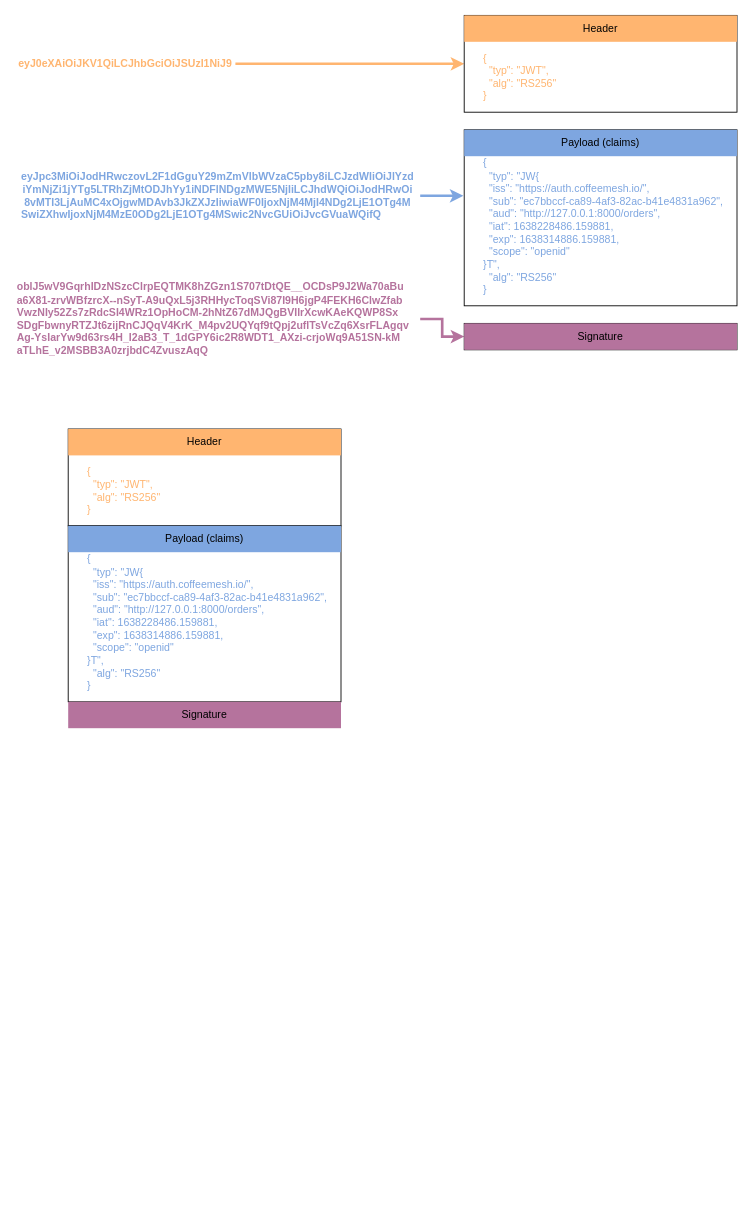
Before: page "11.7" (7 of 12) of ch11.drawio in abunuwas/microservices-apis-img, a draw.io diagram. Source tidied: cells renumbered, new cells numbered last; positions are measured from the earlier drawing's top-left corner, leaving out a move shared by most shapes. Both pictures are drawn from the tidied source at 88%, with x=0, y=0 at pixel (15, 15).
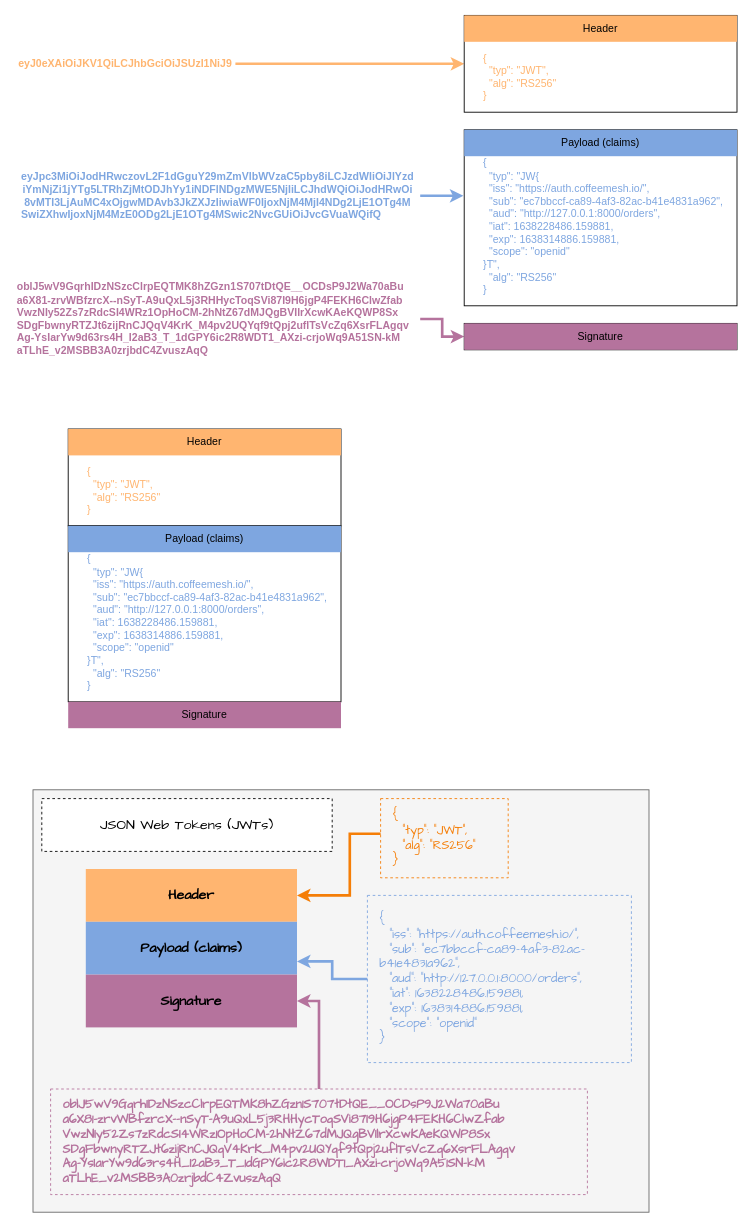
The same diagram, later.

Change to the diagram source:
```diff
@@
+    <mxCell id="23" style="rounded=0;whiteSpace=wrap;html=1;fillColor=#f5f5f5;fontColor=#333333;strokeColor=#666666;fontFamily=Comic Sans MS;" parent="1" vertex="1">
+      <mxGeometry x="20" y="880" width="700" height="480" as="geometry" />
+    </mxCell>
@@
+    <mxCell id="24" style="edgeStyle=orthogonalEdgeStyle;rounded=0;jettySize=auto;html=1;entryX=1;entryY=0.5;entryDx=0;entryDy=0;fontColor=#B5739D;strokeWidth=3;strokeColor=#B5739D;fontFamily=Comic Sans MS;fontSize=14;" parent="1" edge="1" source="25" target="31">
+      <mxGeometry relative="1" as="geometry" />
+    </mxCell>
+    <mxCell id="25" value="oblJ5wV9GqrhIDzNSzcClrpEQTMK8hZGzn1S707tDtQE__OCDsP9J2Wa70aBu&lt;br style=&quot;font-size: 14px;&quot;&gt;a6X81-zrvWBfzrcX--nSyT-A9uQxL5j3RHHycToqSVi87I9H6jgP4FEKH6ClwZfab&lt;br style=&quot;font-size: 14px;&quot;&gt;VwzNIy52Zs7zRdcSI4WRz1OpHoCM-2hNtZ67dMJQgBVIlrXcwKAeKQWP8Sx&lt;br style=&quot;font-size: 14px;&quot;&gt;SDgFbwnyRTZJt6zijRnCJQqV4KrK_M4pv2UQYqf9tQpj2uflTsVcZq6XsrFLAgqv&lt;br style=&quot;font-size: 14px;&quot;&gt;Ag-YsIarYw9d63rs4H_I2aB3_T_1dGPY6ic2R8WDT1_AXzi-crjoWq9A51SN-kM&lt;br style=&quot;font-size: 14px;&quot;&gt;aTLhE_v2MSBB3A0zrjbdC4ZvuszAqQ" style="text;strokeColor=#B5739D;fillColor=none;align=left;verticalAlign=middle;rounded=0;html=1;whiteSpace=wrap;fontColor=#B5739D;fontStyle=1;fontFamily=Comic Sans MS;fontSize=14;spacing=7;dashed=1;spacingTop=7;spacingLeft=7;spacingBottom=7;spacingRight=7;" parent="1" vertex="1">
+      <mxGeometry x="40" y="1220" width="610" height="120" as="geometry" />
+    </mxCell>
+    <mxCell id="26" style="edgeStyle=orthogonalEdgeStyle;rounded=0;jettySize=auto;html=1;entryX=1;entryY=0.5;entryDx=0;entryDy=0;fontColor=#B5739D;strokeWidth=3;strokeColor=#F57E07;startArrow=none;fontFamily=Comic Sans MS;fontSize=14;" parent="1" edge="1" source="32" target="29">
+      <mxGeometry relative="1" as="geometry">
+        <Array as="points">
+          <mxPoint x="380" y="930" />
+          <mxPoint x="380" y="1000" />
+        </Array>
+      </mxGeometry>
+    </mxCell>
+    <mxCell id="27" style="edgeStyle=orthogonalEdgeStyle;rounded=0;jettySize=auto;html=1;fontColor=#B5739D;strokeWidth=3;strokeColor=#7EA6E0;exitX=0;exitY=0.5;exitDx=0;exitDy=0;entryX=1;entryY=0.75;entryDx=0;entryDy=0;fontFamily=Comic Sans MS;fontSize=14;" parent="1" edge="1" source="28" target="30">
+      <mxGeometry relative="1" as="geometry" />
+    </mxCell>
+    <mxCell id="28" value="&lt;div style=&quot;font-size: 14px&quot;&gt;{&lt;/div&gt;&lt;div style=&quot;font-size: 14px&quot;&gt;&amp;nbsp; &quot;iss&quot;: &quot;https://auth.coffeemesh.io/&quot;,&lt;/div&gt;&lt;div style=&quot;font-size: 14px&quot;&gt;&amp;nbsp; &quot;sub&quot;: &quot;ec7bbccf-ca89-4af3-82ac-b41e4831a962&quot;,&lt;/div&gt;&lt;div style=&quot;font-size: 14px&quot;&gt;&amp;nbsp; &quot;aud&quot;: &quot;http://127.0.0.1:8000/orders&quot;,&lt;/div&gt;&lt;div style=&quot;font-size: 14px&quot;&gt;&amp;nbsp; &quot;iat&quot;: 1638228486.159881,&lt;/div&gt;&lt;div style=&quot;font-size: 14px&quot;&gt;&amp;nbsp; &quot;exp&quot;: 1638314886.159881,&lt;/div&gt;&lt;div style=&quot;font-size: 14px&quot;&gt;&amp;nbsp; &quot;scope&quot;: &quot;openid&quot;&lt;/div&gt;&lt;div style=&quot;font-size: 14px&quot;&gt;&lt;span style=&quot;font-size: 14px&quot;&gt;}&lt;/span&gt;&lt;/div&gt;" style="text;html=1;strokeColor=#7EA6E0;fillColor=none;align=left;verticalAlign=middle;whiteSpace=wrap;rounded=0;fontColor=#7EA6E0;fontFamily=Comic Sans MS;fontSize=14;spacingLeft=7;spacingBottom=7;spacingTop=7;spacing=7;dashed=1;spacingRight=7;" parent="1" vertex="1">
+      <mxGeometry x="400" y="1000" width="300" height="190" as="geometry" />
+    </mxCell>
+    <mxCell id="29" value="Header" style="text;html=1;strokeColor=none;fillColor=#FFB570;align=center;verticalAlign=middle;whiteSpace=wrap;rounded=0;fontFamily=Comic Sans MS;fontSize=16;fontStyle=1;" parent="1" vertex="1">
+      <mxGeometry x="80" y="970" width="240" height="60" as="geometry" />
+    </mxCell>
+    <mxCell id="30" value="Payload (claims)" style="text;html=1;strokeColor=none;fillColor=#7EA6E0;align=center;verticalAlign=middle;whiteSpace=wrap;rounded=0;fontFamily=Comic Sans MS;fontSize=16;fontStyle=1;" parent="1" vertex="1">
+      <mxGeometry x="80" y="1030" width="240" height="60" as="geometry" />
+    </mxCell>
+    <mxCell id="31" value="Signature" style="text;html=1;strokeColor=none;fillColor=#B5739D;align=center;verticalAlign=middle;whiteSpace=wrap;rounded=0;fontFamily=Comic Sans MS;fontSize=16;fontStyle=1;" parent="1" vertex="1">
+      <mxGeometry x="80" y="1090" width="240" height="60" as="geometry" />
+    </mxCell>
+    <mxCell id="32" value="&lt;div style=&quot;font-size: 14px;&quot;&gt;{&lt;/div&gt;&lt;div style=&quot;font-size: 14px;&quot;&gt;&amp;nbsp; &quot;typ&quot;: &quot;JWT&quot;,&lt;/div&gt;&lt;div style=&quot;font-size: 14px;&quot;&gt;&amp;nbsp; &quot;alg&quot;: &quot;RS256&quot;&lt;/div&gt;&lt;div style=&quot;font-size: 14px;&quot;&gt;}&lt;/div&gt;" style="text;html=1;strokeColor=#F57E07;fillColor=none;align=left;verticalAlign=middle;whiteSpace=wrap;rounded=0;fontColor=#F57E07;fontFamily=Comic Sans MS;fontSize=14;spacing=7;dashed=1;spacingLeft=7;spacingTop=7;spacingBottom=7;spacingRight=7;" parent="1" vertex="1">
+      <mxGeometry x="415" y="890" width="145" height="90" as="geometry" />
+    </mxCell>
+    <mxCell id="33" value="JSON Web Tokens (JWTs)" style="rounded=0;whiteSpace=wrap;html=1;dashed=1;fontFamily=Comic Sans MS;fontSize=16;fontColor=#000000;strokeColor=#000000;" parent="1" vertex="1">
+      <mxGeometry x="30" y="890" width="330" height="60" as="geometry" />
+    </mxCell>
```
